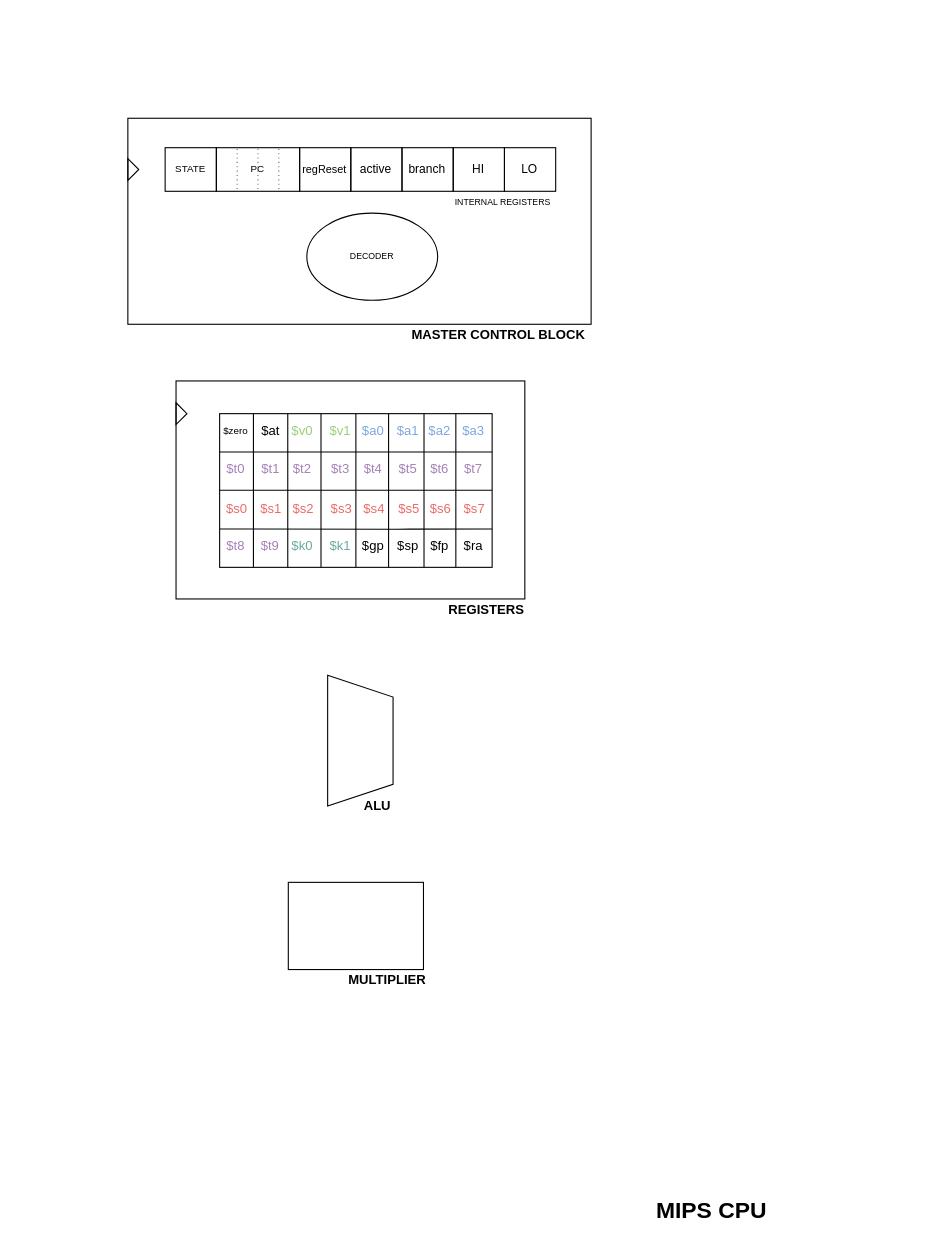
Before: docs/Untitled Diagram.drawio in JosiahMendes/MIPS32-T501, a draw.io diagram. Source tidied: cells renumbered, new cells numbered last; positions are measured from the earlier drawing's top-left corner, leaving out a move shared by most shapes. Both pictures are drawn from the tidied source at 109%, with x=0, y=0 at pixel (128, 118).
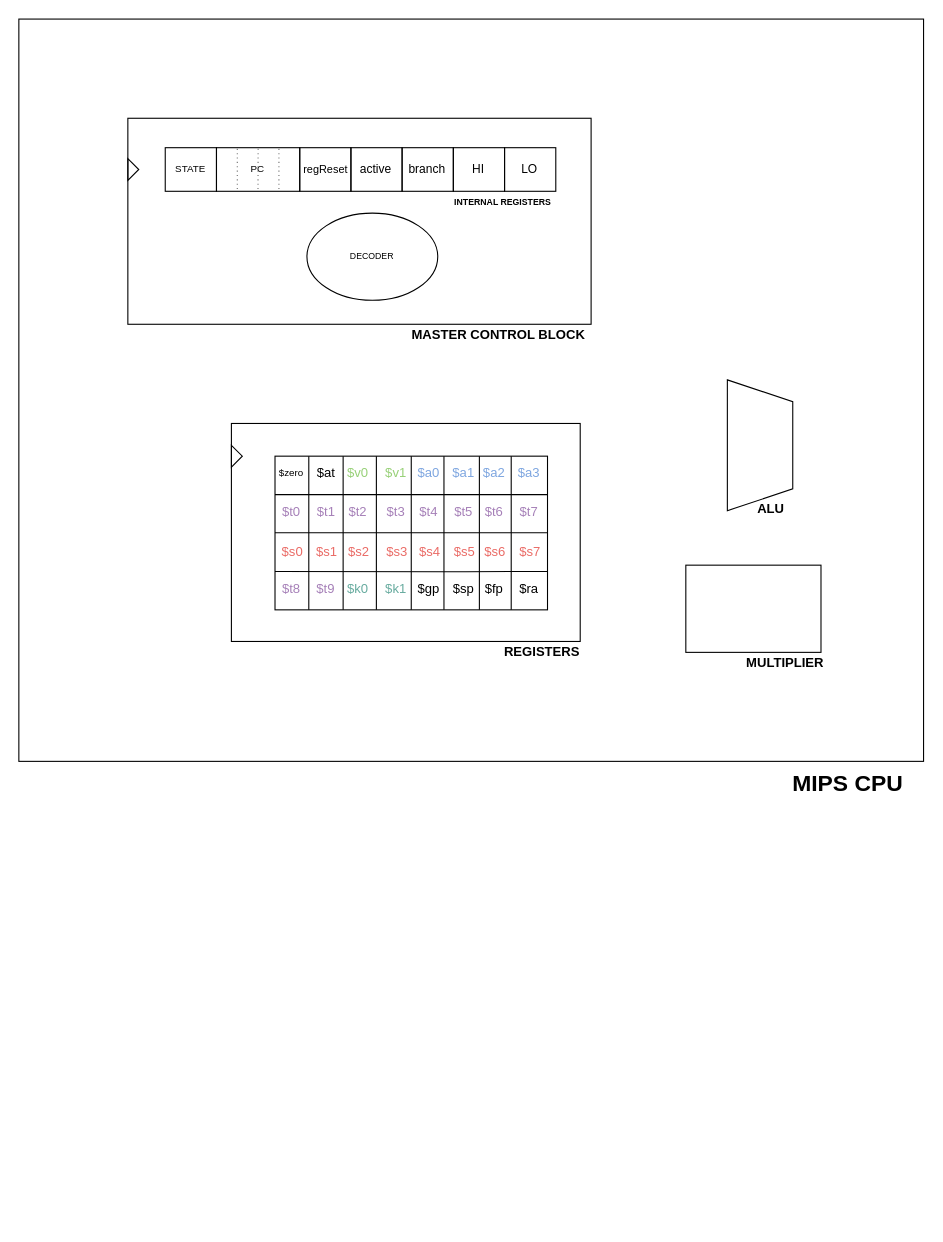
The same page after the edit.

Commit message:
initial style draft without connections

The edit, as a diff of the source:
```diff
@@
-    <mxCell id="2" value="&lt;font style=&quot;font-size: 21px&quot;&gt;MIPS CPU&lt;/font&gt;" style="text;html=1;align=center;verticalAlign=middle;fillColor=none;strokeColor=none;rounded=0;fontStyle=1;" parent="1" vertex="1">
-      <mxGeometry x="475" y="991" width="120" height="20" as="geometry" />
-    </mxCell>
-    <mxCell id="3" style="rounded=0;whiteSpace=wrap;html=1;fillColor=none;" parent="1" vertex="1">
-      <mxGeometry x="-0.2" width="425" height="189" as="geometry" />
-    </mxCell>
-    <mxCell id="4" value="MASTER CONTROL BLOCK" style="text;html=1;strokeColor=none;fillColor=none;align=center;verticalAlign=middle;whiteSpace=wrap;rounded=0;fontStyle=1;" parent="1" vertex="1">
-      <mxGeometry x="254.8" y="189" width="170" height="20" as="geometry" />
-    </mxCell>
+    <mxCell id="73" style="rounded=0;whiteSpace=wrap;html=1;glass=1;fillColor=none;gradientColor=none;fontSize=8;fontColor=#000000;" parent="1" vertex="1">
+      <mxGeometry x="-100.2" y="-91" width="830" height="681" as="geometry" />
+    </mxCell>
     <mxCell id="5" style="shape=trapezoid;perimeter=trapezoidPerimeter;whiteSpace=wrap;html=1;fixedSize=1;fillColor=none;rotation=90;" parent="1" vertex="1">
-      <mxGeometry x="153.1" y="541" width="120" height="60" as="geometry" />
+      <mxGeometry x="519.8" y="270" width="120" height="60" as="geometry" />
     </mxCell>
     <mxCell id="6" value="&lt;b&gt;ALU&lt;/b&gt;" style="text;html=1;strokeColor=none;fillColor=none;align=center;verticalAlign=middle;whiteSpace=wrap;rounded=0;" parent="1" vertex="1">
-      <mxGeometry x="209" y="621" width="40" height="20" as="geometry" />
+      <mxGeometry x="569.8" y="349" width="40" height="20" as="geometry" />
     </mxCell>
-    <mxCell id="7" value="REGISTERS" style="text;html=1;strokeColor=none;fillColor=none;align=center;verticalAlign=middle;whiteSpace=wrap;rounded=0;fontStyle=1;" parent="1" vertex="1">
-      <mxGeometry x="284" y="441" width="90" height="20" as="geometry" />
-    </mxCell>
     <mxCell id="8" style="rounded=0;whiteSpace=wrap;html=1;fillColor=none;" parent="1" vertex="1">
-      <mxGeometry x="147" y="701" width="124" height="80" as="geometry" />
+      <mxGeometry x="511.7" y="410" width="124" height="80" as="geometry" />
     </mxCell>
     <mxCell id="9" value="MULTIPLIER" style="text;html=1;strokeColor=none;fillColor=none;align=center;verticalAlign=middle;whiteSpace=wrap;rounded=0;fontStyle=1;" parent="1" vertex="1">
-      <mxGeometry x="193.1" y="781" width="90" height="20" as="geometry" />
+      <mxGeometry x="557.9" y="490" width="90" height="20" as="geometry" />
     </mxCell>
+    <mxCell id="74" style="group;" parent="1" vertex="1">
+      <mxGeometry x="94.8" y="280" width="330" height="220" as="geometry" />
+    </mxCell>
+    <mxCell id="7" value="REGISTERS" style="text;html=1;strokeColor=none;fillColor=none;align=center;verticalAlign=middle;whiteSpace=wrap;rounded=0;fontStyle=1;" parent="74" vertex="1">
+      <mxGeometry x="240" y="200" width="90" height="20" as="geometry" />
+    </mxCell>
-    <mxCell id="10" style="group;" parent="1" vertex="1">
-      <mxGeometry x="44" y="241" width="320" height="200" as="geometry" />
+    <mxCell id="10" style="group;" parent="74" vertex="1">
+      <mxGeometry width="320" height="200" as="geometry" />
     </mxCell>
@@
+    <mxCell id="3" style="rounded=0;whiteSpace=wrap;html=1;fillColor=none;" parent="1" vertex="1">
+      <mxGeometry x="-0.2" width="425" height="189" as="geometry" />
+    </mxCell>
+    <mxCell id="4" value="MASTER CONTROL BLOCK" style="text;html=1;strokeColor=none;fillColor=none;align=center;verticalAlign=middle;whiteSpace=wrap;rounded=0;fontStyle=1;" parent="1" vertex="1">
+      <mxGeometry x="254.8" y="189" width="170" height="20" as="geometry" />
+    </mxCell>
-    <mxCell id="58" value="INTERNAL REGISTERS" style="text;html=1;strokeColor=none;fillColor=none;align=center;verticalAlign=middle;whiteSpace=wrap;rounded=0;glass=1;fontSize=8;fontColor=#000000;" parent="1" vertex="1">
-      <mxGeometry x="284" y="67" width="120" height="20" as="geometry" />
+    <mxCell id="58" value="INTERNAL REGISTERS" style="text;html=1;strokeColor=none;fillColor=none;align=center;verticalAlign=middle;whiteSpace=wrap;rounded=0;glass=1;fontSize=8;fontColor=#000000;fontStyle=1;" parent="1" vertex="1">
+      <mxGeometry x="284.1" y="67" width="120" height="20" as="geometry" />
     </mxCell>
     <mxCell id="59" value="DECODER" style="ellipse;whiteSpace=wrap;html=1;glass=1;fillColor=none;gradientColor=none;fontSize=8;fontColor=#000000;" parent="1" vertex="1">
-      <mxGeometry x="164" y="87" width="120" height="80" as="geometry" />
+      <mxGeometry x="164.1" y="87" width="120" height="80" as="geometry" />
     </mxCell>
     <mxCell id="60" style="group;" parent="1" vertex="1">
-      <mxGeometry x="34" y="27" width="358.2" height="40" as="geometry" />
+      <mxGeometry x="34.1" y="27" width="358.2" height="40" as="geometry" />
     </mxCell>
@@
+    <mxCell id="2" value="&lt;font style=&quot;font-size: 21px&quot;&gt;MIPS CPU&lt;/font&gt;" style="text;html=1;align=center;verticalAlign=middle;fillColor=none;strokeColor=none;rounded=0;fontStyle=1;" parent="1" vertex="1">
+      <mxGeometry x="599.8" y="600" width="120" height="20" as="geometry" />
+    </mxCell>
```
